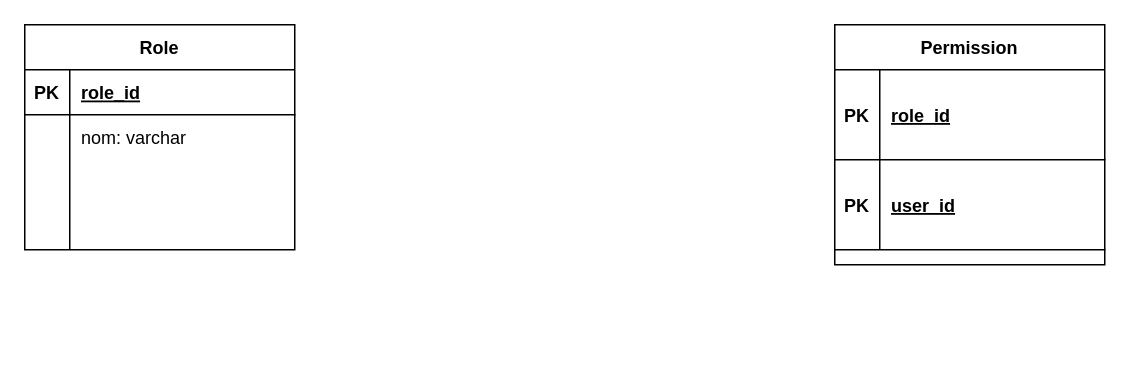
Above: design/Untitled Diagram.drawio in cedrix73/exploration (draw.io), before the change. Source tidied: cells renumbered, new cells numbered last; positions are measured from the earlier drawing's top-left corner, leaving out a move shared by most shapes. Both pictures are drawn from the tidied source at 150%, with x=0, y=0 at pixel (24, 24).
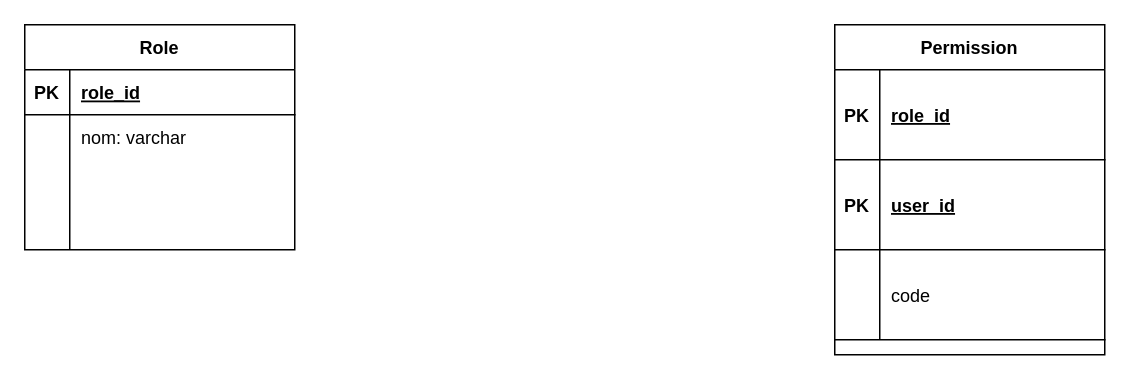
Above is the later version.

The edit, as a diff of the source:
```diff
@@
     <mxCell id="15" value="Permission" style="shape=table;startSize=30;childLayout=tableLayout;rowLines=0;fontStyle=1;align=center;" parent="1" vertex="1">
-      <mxGeometry x="540" width="180" height="160" as="geometry" />
+      <mxGeometry x="540" width="180" height="220" as="geometry" />
     </mxCell>
@@
+    <mxCell id="22" style="shape=partialRectangle;fillColor=none;top=0;left=0;bottom=1;right=0;" parent="15" vertex="1">
+      <mxGeometry y="150" width="180" height="60" as="geometry" />
+    </mxCell>
+    <mxCell id="23" style="shape=partialRectangle;fillColor=none;top=0;left=0;bottom=0;right=0;fontStyle=1;overflow=hidden;" parent="22" vertex="1">
+      <mxGeometry width="30" height="60" as="geometry" />
+    </mxCell>
+    <mxCell id="24" value="code" style="shape=partialRectangle;fillColor=none;top=0;left=0;bottom=0;right=0;align=left;spacingLeft=6;fontStyle=0;overflow=hidden;" parent="22" vertex="1">
+      <mxGeometry x="30" width="150" height="60" as="geometry" />
+    </mxCell>
```
